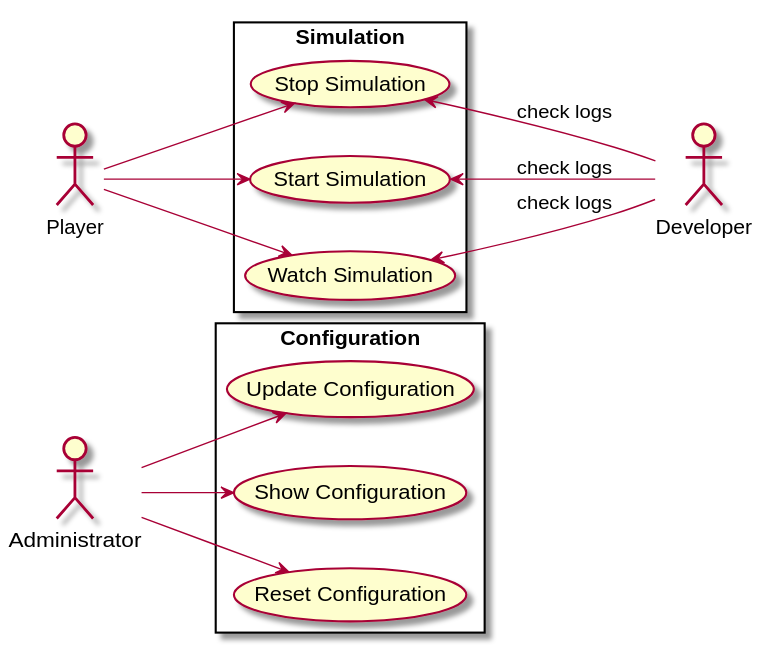
This is docs/design/iteration-1/usecase.svg from michelezamuner/exp-simulation-architecture, a PlantUML export, as it was before one commit. Its diagram source:
```plantuml
@startuml

left to right direction

actor Player
actor Developer
actor Administrator

rectangle Configuration {
    Administrator --> (Show Configuration)
    Administrator -> (Update Configuration)
    Administrator --> (Reset Configuration)
}

rectangle Simulation {
    Player --> (Start Simulation)
    Player --> (Watch Simulation)
    Player -> (Stop Simulation)
    (Start Simulation) <-- Developer: check logs
    (Watch Simulation) <-- Developer: check logs
    (Stop Simulation) <-- Developer: check logs
}

@enduml
```
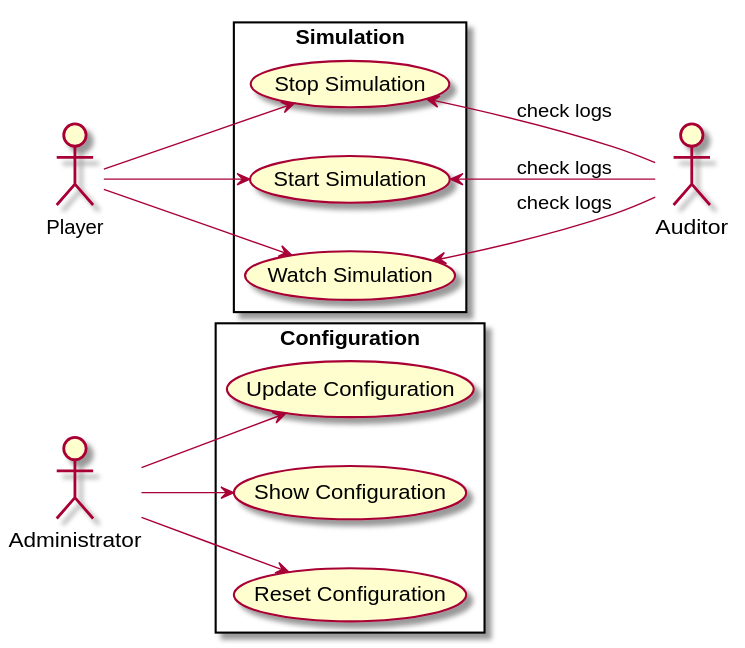
The same file after the commit.

Commit message:
Replaced developer with auditor

Diff of the diagram source:
```diff
@@ -3,7 +3,7 @@
 left to right direction
 
 actor Player
-actor Developer
+actor Auditor
 actor Administrator
 
 rectangle Configuration {
@@ -16,9 +16,9 @@
     Player --> (Start Simulation)
     Player --> (Watch Simulation)
     Player -> (Stop Simulation)
-    (Start Simulation) <-- Developer: check logs
-    (Watch Simulation) <-- Developer: check logs
-    (Stop Simulation) <-- Developer: check logs
+    (Start Simulation) <-- Auditor: check logs
+    (Watch Simulation) <-- Auditor: check logs
+    (Stop Simulation) <-- Auditor: check logs
 }
 
 @enduml
```
